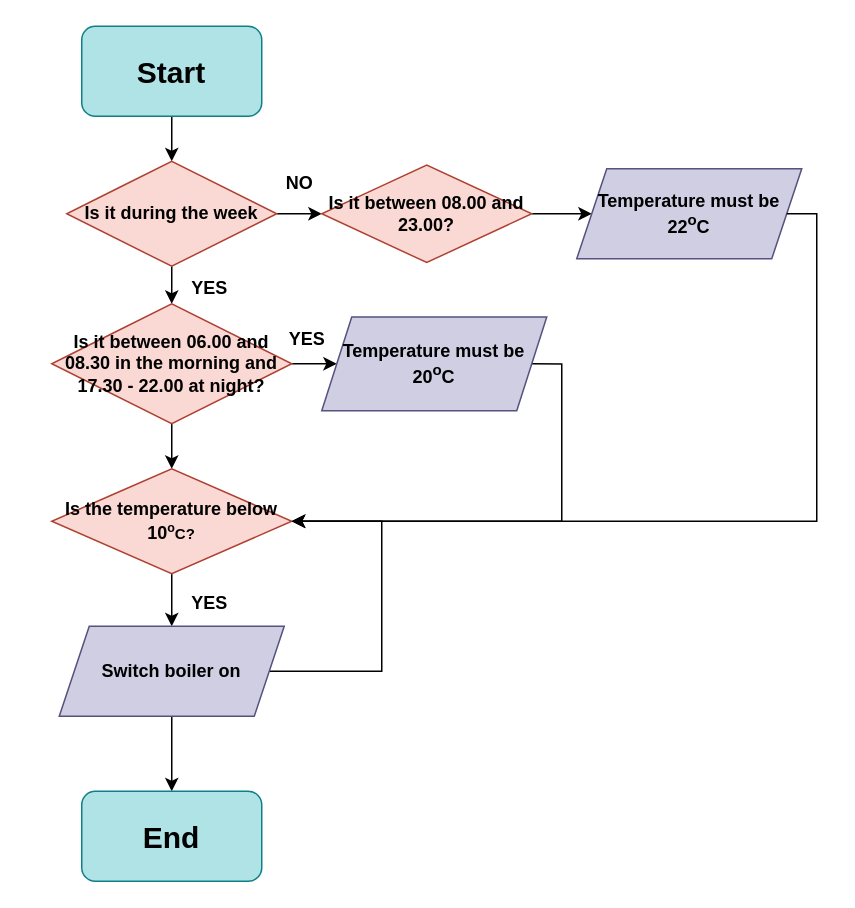
Before: activity_team challenge.drawio in fifaepik/paranroj-fifa, a draw.io diagram. Source tidied: cells renumbered, new cells numbered last; positions are measured from the earlier drawing's top-left corner, leaving out a move shared by most shapes. Both pictures are drawn from the tidied source at 150%, with x=0, y=0 at pixel (51, 26).
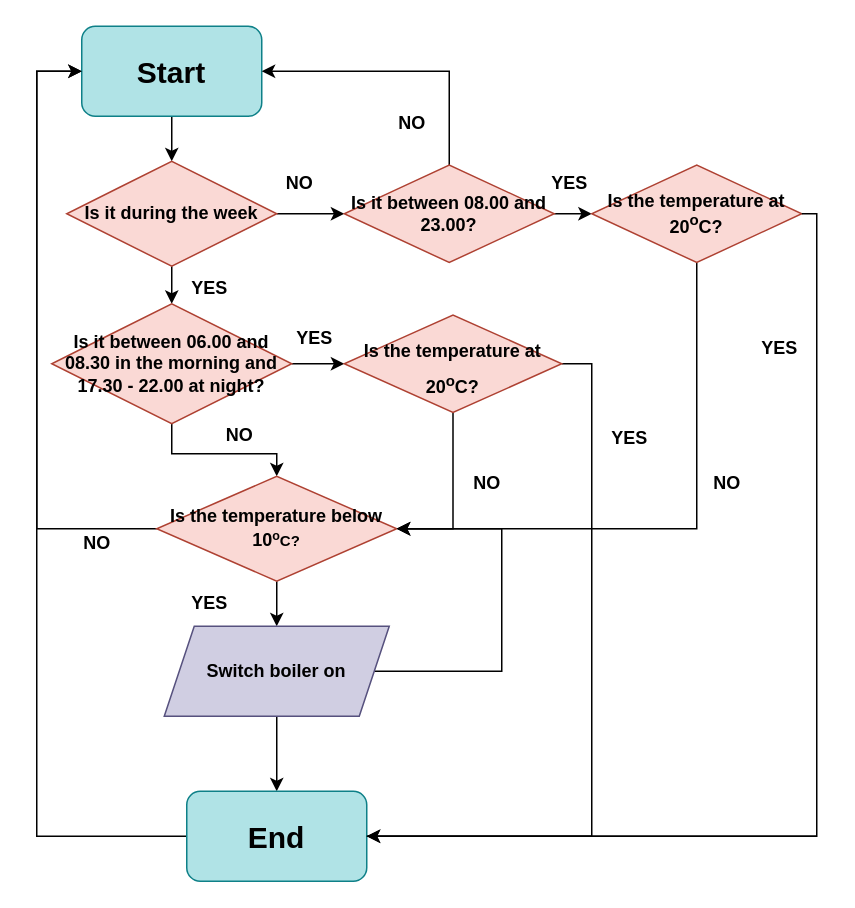
After the change.

The change refers to these unchanged cells:
```xml
<mxCell id="3" value="&lt;b&gt;&lt;font style=&quot;font-size: 20px;&quot;&gt;Start&lt;/font&gt;&lt;/b&gt;" style="rounded=1;whiteSpace=wrap;html=1;fillColor=#b0e3e6;strokeColor=#0e8088;" parent="1" vertex="1">
  <mxGeometry x="20" width="120" height="60" as="geometry" />
</mxCell>
<mxCell id="9" value="&lt;b&gt;Is it between 06.00 and 08.30 in the morning and 17.30 - 22.00 at night?&lt;/b&gt;" style="rhombus;whiteSpace=wrap;html=1;fillColor=#fad9d5;strokeColor=#ae4132;rounded=1;arcSize=0;" parent="1" vertex="1">
  <mxGeometry y="185" width="160" height="80" as="geometry" />
</mxCell>
```

Change to the diagram source:
```diff
@@
-    <mxCell id="8" style="edgeStyle=orthogonalEdgeStyle;rounded=0;jettySize=auto;html=1;fontSize=20;entryX=0;entryY=0.5;entryDx=0;entryDy=0;" parent="1" edge="1" source="9" target="16">
+    <mxCell id="8" style="edgeStyle=orthogonalEdgeStyle;rounded=0;jettySize=auto;html=1;fontSize=20;entryX=0;entryY=0.5;entryDx=0;entryDy=0;" parent="1" edge="1" source="9" target="30">
       <mxGeometry relative="1" as="geometry" />
     </mxCell>
@@
+    <mxCell id="26" style="edgeStyle=orthogonalEdgeStyle;rounded=0;jettySize=auto;html=1;fontFamily=Helvetica;fontSize=12;fontColor=default;entryX=0;entryY=0.5;entryDx=0;entryDy=0;" parent="1" edge="1" source="11" target="3">
+      <mxGeometry relative="1" as="geometry">
+        <Array as="points">
+          <mxPoint x="-10" y="335" />
+          <mxPoint x="-10" y="30" />
+        </Array>
+      </mxGeometry>
+    </mxCell>
     <mxCell id="11" value="&lt;b&gt;Is the temperature below 10&lt;font size=&quot;1&quot;&gt;&lt;sup&gt;o&lt;/sup&gt;C?&lt;/font&gt;&lt;/b&gt;" style="rhombus;whiteSpace=wrap;html=1;fillColor=#fad9d5;strokeColor=#ae4132;rounded=1;arcSize=0;" parent="1" vertex="1">
-      <mxGeometry y="295" width="160" height="70" as="geometry" />
+      <mxGeometry x="70" y="300" width="160" height="70" as="geometry" />
     </mxCell>
-    <mxCell id="12" style="edgeStyle=orthogonalEdgeStyle;rounded=0;jettySize=auto;html=1;fontSize=20;" parent="1" edge="1" source="13" target="14">
+    <mxCell id="12" style="edgeStyle=orthogonalEdgeStyle;rounded=0;jettySize=auto;html=1;fontSize=20;entryX=0;entryY=0.5;entryDx=0;entryDy=0;" parent="1" edge="1" source="13" target="34">
       <mxGeometry relative="1" as="geometry" />
     </mxCell>
+    <mxCell id="27" style="edgeStyle=orthogonalEdgeStyle;rounded=0;jettySize=auto;html=1;fontFamily=Helvetica;fontSize=12;fontColor=default;entryX=1;entryY=0.5;entryDx=0;entryDy=0;" parent="1" edge="1" source="13" target="3">
+      <mxGeometry relative="1" as="geometry">
+        <Array as="points">
+          <mxPoint x="265" y="30" />
+        </Array>
+      </mxGeometry>
+    </mxCell>
     <mxCell id="13" value="&lt;b&gt;Is it between 08.00 and 23.00?&lt;/b&gt;" style="rhombus;whiteSpace=wrap;html=1;fillColor=#fad9d5;strokeColor=#ae4132;rounded=1;arcSize=0;" parent="1" vertex="1">
-      <mxGeometry x="180" y="92.5" width="140" height="65" as="geometry" />
+      <mxGeometry x="195" y="92.5" width="140" height="65" as="geometry" />
     </mxCell>
-    <mxCell id="14" value="&lt;b&gt;Temperature must be 22&lt;sup&gt;o&lt;/sup&gt;C&lt;/b&gt;" style="shape=parallelogram;perimeter=parallelogramPerimeter;whiteSpace=wrap;html=1;fixedSize=1;fillColor=#d0cee2;strokeColor=#56517e;rounded=1;arcSize=0;" parent="1" vertex="1">
-      <mxGeometry x="350" y="95" width="150" height="60" as="geometry" />
-    </mxCell>
-    <mxCell id="15" style="edgeStyle=orthogonalEdgeStyle;rounded=0;jettySize=auto;html=1;exitX=1;exitY=0.5;exitDx=0;exitDy=0;fontFamily=Helvetica;fontSize=12;fontColor=default;entryX=1;entryY=0.5;entryDx=0;entryDy=0;" parent="1" edge="1" source="16" target="11">
+    <mxCell id="15" style="edgeStyle=orthogonalEdgeStyle;rounded=0;jettySize=auto;html=1;fontFamily=Helvetica;fontSize=12;fontColor=default;entryX=1;entryY=0.5;entryDx=0;entryDy=0;exitX=0.5;exitY=1;exitDx=0;exitDy=0;" parent="1" edge="1" source="30" target="11">
       <mxGeometry relative="1" as="geometry">
         <Array as="points">
-          <mxPoint x="340" y="225" />
-          <mxPoint x="340" y="330" />
+          <mxPoint x="268" y="335" />
         </Array>
       </mxGeometry>
     </mxCell>
-    <mxCell id="16" value="&lt;b&gt;Temperature must be 20&lt;sup&gt;o&lt;/sup&gt;C&lt;/b&gt;" style="shape=parallelogram;perimeter=parallelogramPerimeter;whiteSpace=wrap;html=1;fixedSize=1;fillColor=#d0cee2;strokeColor=#56517e;rounded=1;arcSize=0;" parent="1" vertex="1">
-      <mxGeometry x="180" y="193.8" width="150" height="62.5" as="geometry" />
-    </mxCell>
@@
     <mxCell id="18" style="edgeStyle=orthogonalEdgeStyle;rounded=0;jettySize=auto;html=1;exitX=1;exitY=0.5;exitDx=0;exitDy=0;fontFamily=Helvetica;fontSize=12;fontColor=default;entryX=1;entryY=0.5;entryDx=0;entryDy=0;" parent="1" edge="1" source="19" target="11">
       <mxGeometry relative="1" as="geometry">
         <Array as="points">
-          <mxPoint x="220" y="430" />
-          <mxPoint x="220" y="330" />
+          <mxPoint x="300" y="430" />
+          <mxPoint x="300" y="335" />
         </Array>
       </mxGeometry>
     </mxCell>
     <mxCell id="19" value="&lt;b&gt;Switch boiler on&lt;/b&gt;" style="shape=parallelogram;perimeter=parallelogramPerimeter;whiteSpace=wrap;html=1;fixedSize=1;fillColor=#d0cee2;strokeColor=#56517e;rounded=1;arcSize=0;" parent="1" vertex="1">
-      <mxGeometry x="5" y="400" width="150" height="60" as="geometry" />
+      <mxGeometry x="75" y="400" width="150" height="60" as="geometry" />
     </mxCell>
-    <mxCell id="20" value="&lt;b&gt;&lt;font style=&quot;font-size: 20px;&quot;&gt;End&lt;/font&gt;&lt;/b&gt;" style="whiteSpace=wrap;html=1;fillColor=#b0e3e6;strokeColor=#0e8088;rounded=1;arcSize=15;" parent="1" vertex="1">
-      <mxGeometry x="20" y="510" width="120" height="60" as="geometry" />
-    </mxCell>
+    <mxCell id="28" style="edgeStyle=orthogonalEdgeStyle;rounded=0;jettySize=auto;html=1;exitX=0;exitY=0.5;exitDx=0;exitDy=0;fontFamily=Helvetica;fontSize=12;fontColor=default;entryX=0;entryY=0.5;entryDx=0;entryDy=0;" parent="1" edge="1" source="20" target="3">
+      <mxGeometry relative="1" as="geometry">
+        <Array as="points">
+          <mxPoint x="-10" y="540" />
+          <mxPoint x="-10" y="30" />
+        </Array>
+      </mxGeometry>
+    </mxCell>
-    <mxCell id="21" style="edgeStyle=orthogonalEdgeStyle;rounded=0;jettySize=auto;html=1;exitX=1;exitY=0.5;exitDx=0;exitDy=0;fontSize=20;entryX=1;entryY=0.5;entryDx=0;entryDy=0;" parent="1" edge="1" source="14" target="11">
+    <mxCell id="21" style="edgeStyle=orthogonalEdgeStyle;rounded=0;orthogonalLoop=1;jettySize=auto;html=1;exitX=1;exitY=0.5;exitDx=0;exitDy=0;fontSize=20;startArrow=none;entryX=1;entryY=0.5;entryDx=0;entryDy=0;" parent="1" edge="1" source="20" target="20">
       <mxGeometry relative="1" as="geometry">
         <Array as="points">
-          <mxPoint x="510" y="125" />
-          <mxPoint x="510" y="330" />
+          <mxPoint x="510" y="540" />
+          <mxPoint x="510" y="540" />
         </Array>
       </mxGeometry>
     </mxCell>
@@
-    <mxCell id="25" value="&lt;b&gt;YES&lt;/b&gt;" style="text;html=1;align=center;verticalAlign=middle;strokeColor=none;fillColor=none;fontSize=12;fontFamily=Helvetica;fontColor=default;" parent="1" vertex="1">
-      <mxGeometry x="145" y="193.8" width="50" height="30" as="geometry" />
-    </mxCell>
+    <mxCell id="29" style="edgeStyle=orthogonalEdgeStyle;rounded=0;jettySize=auto;html=1;exitX=1;exitY=0.5;exitDx=0;exitDy=0;fontFamily=Helvetica;fontSize=12;fontColor=default;entryX=1;entryY=0.5;entryDx=0;entryDy=0;" parent="1" edge="1" source="30" target="20">
+      <mxGeometry relative="1" as="geometry" />
+    </mxCell>
+    <mxCell id="30" value="&lt;font style=&quot;font-size: 12px;&quot;&gt;&lt;b&gt;Is the temperature at 20&lt;sup&gt;o&lt;/sup&gt;C?&lt;/b&gt;&lt;/font&gt;" style="rhombus;whiteSpace=wrap;html=1;rounded=1;strokeColor=#ae4132;fontFamily=Helvetica;fontSize=20;fontColor=default;fillColor=#fad9d5;arcSize=0;" parent="1" vertex="1">
+      <mxGeometry x="195" y="192.5" width="145" height="65" as="geometry" />
+    </mxCell>
+    <mxCell id="31" value="&lt;b&gt;YES&lt;/b&gt;" style="text;html=1;align=center;verticalAlign=middle;strokeColor=none;fillColor=none;fontSize=12;fontFamily=Helvetica;fontColor=default;" parent="1" vertex="1">
+      <mxGeometry x="360" y="260" width="50" height="30" as="geometry" />
+    </mxCell>
+    <mxCell id="32" value="&lt;b&gt;YES&lt;/b&gt;" style="text;html=1;align=center;verticalAlign=middle;strokeColor=none;fillColor=none;fontSize=12;fontFamily=Helvetica;fontColor=default;" parent="1" vertex="1">
+      <mxGeometry x="150" y="192.5" width="50" height="30" as="geometry" />
+    </mxCell>
+    <mxCell id="33" style="edgeStyle=orthogonalEdgeStyle;rounded=0;jettySize=auto;html=1;fontFamily=Helvetica;fontSize=12;fontColor=default;entryX=1;entryY=0.5;entryDx=0;entryDy=0;exitX=0.5;exitY=1;exitDx=0;exitDy=0;" parent="1" edge="1" source="34" target="11">
+      <mxGeometry relative="1" as="geometry">
+        <Array as="points">
+          <mxPoint x="430" y="335" />
+        </Array>
+      </mxGeometry>
+    </mxCell>
+    <mxCell id="34" value="&lt;b&gt;Is the temperature at 20&lt;sup&gt;o&lt;/sup&gt;C?&lt;/b&gt;" style="rhombus;whiteSpace=wrap;html=1;rounded=1;strokeColor=#ae4132;fontFamily=Helvetica;fontSize=12;fontColor=default;fillColor=#fad9d5;arcSize=0;" parent="1" vertex="1">
+      <mxGeometry x="360" y="92.5" width="140" height="65" as="geometry" />
+    </mxCell>
+    <mxCell id="35" value="&lt;b&gt;YES&lt;/b&gt;" style="text;html=1;align=center;verticalAlign=middle;strokeColor=none;fillColor=none;fontSize=12;fontFamily=Helvetica;fontColor=default;" parent="1" vertex="1">
+      <mxGeometry x="460" y="200" width="50" height="30" as="geometry" />
+    </mxCell>
+    <mxCell id="36" value="&lt;b&gt;NO&lt;/b&gt;" style="text;html=1;align=center;verticalAlign=middle;strokeColor=none;fillColor=none;fontSize=12;fontFamily=Helvetica;fontColor=default;" parent="1" vertex="1">
+      <mxGeometry x="430" y="290" width="40" height="30" as="geometry" />
+    </mxCell>
+    <mxCell id="37" value="&lt;b&gt;NO&lt;/b&gt;" style="text;html=1;align=center;verticalAlign=middle;strokeColor=none;fillColor=none;fontSize=12;fontFamily=Helvetica;fontColor=default;" parent="1" vertex="1">
+      <mxGeometry x="270" y="290" width="40" height="30" as="geometry" />
+    </mxCell>
+    <mxCell id="38" value="&lt;b&gt;YES&lt;/b&gt;" style="text;html=1;align=center;verticalAlign=middle;strokeColor=none;fillColor=none;fontSize=12;fontFamily=Helvetica;fontColor=default;" parent="1" vertex="1">
+      <mxGeometry x="320" y="90" width="50" height="30" as="geometry" />
+    </mxCell>
+    <mxCell id="39" value="&lt;b&gt;NO&lt;/b&gt;" style="text;html=1;align=center;verticalAlign=middle;strokeColor=none;fillColor=none;fontSize=12;fontFamily=Helvetica;fontColor=default;" parent="1" vertex="1">
+      <mxGeometry x="220" y="50" width="40" height="30" as="geometry" />
+    </mxCell>
+    <mxCell id="40" value="&lt;b&gt;NO&lt;/b&gt;" style="text;html=1;align=center;verticalAlign=middle;strokeColor=none;fillColor=none;fontSize=12;fontFamily=Helvetica;fontColor=default;" parent="1" vertex="1">
+      <mxGeometry x="10" y="330" width="40" height="30" as="geometry" />
+    </mxCell>
+    <mxCell id="20" value="&lt;b&gt;&lt;font style=&quot;font-size: 20px;&quot;&gt;End&lt;/font&gt;&lt;/b&gt;" style="whiteSpace=wrap;html=1;fillColor=#b0e3e6;strokeColor=#0e8088;rounded=1;arcSize=15;" parent="1" vertex="1">
+      <mxGeometry x="90" y="510" width="120" height="60" as="geometry" />
+    </mxCell>
+    <mxCell id="41" style="edgeStyle=orthogonalEdgeStyle;rounded=0;jettySize=auto;html=1;exitX=1;exitY=0.5;exitDx=0;exitDy=0;fontSize=20;endArrow=none;" parent="1" edge="1" source="34" target="20">
+      <mxGeometry relative="1" as="geometry">
+        <Array as="points">
+          <mxPoint x="510" y="125" />
+          <mxPoint x="510" y="540" />
+        </Array>
+      </mxGeometry>
+    </mxCell>
+    <mxCell id="42" value="&lt;b&gt;NO&lt;/b&gt;" style="text;html=1;align=center;verticalAlign=middle;strokeColor=none;fillColor=none;fontSize=12;fontFamily=Helvetica;fontColor=default;" parent="1" vertex="1">
+      <mxGeometry x="105" y="257.5" width="40" height="30" as="geometry" />
+    </mxCell>
```
